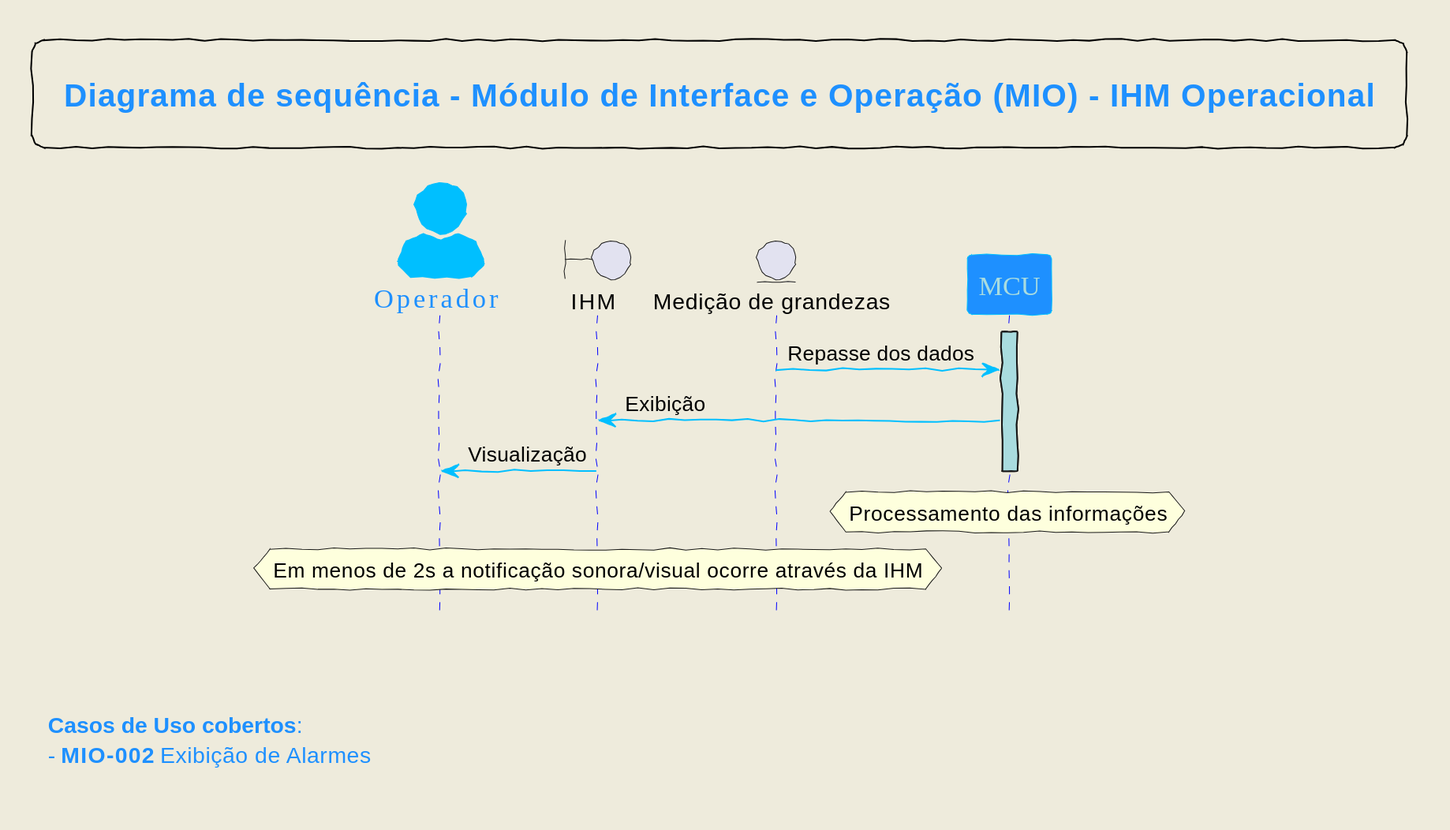
Embrapac/diagramas keeps this PlantUML diagram as diagramas_svg/DS-IHM-002.svg. Above is the earlier version.
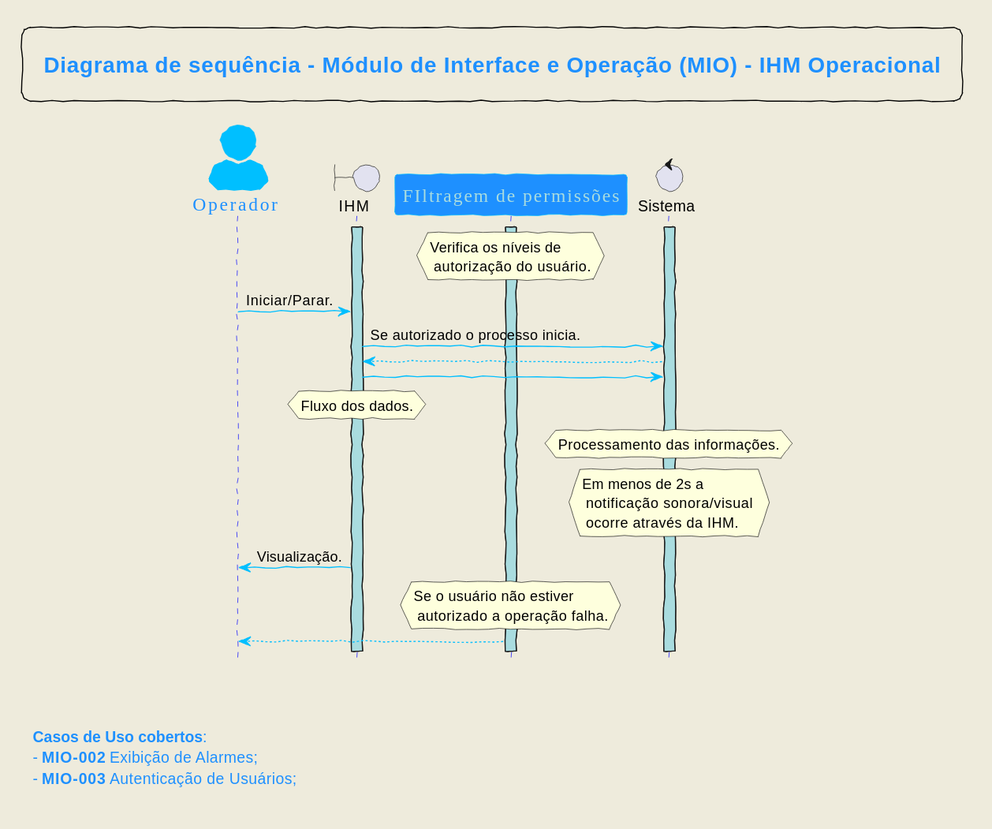
After the commit.

What changed in the source:
```diff
@@ -1,22 +1,26 @@
 @startuml
 !include DEFS.puml
 
-actor "Operador"
+actor "Operador" as OP
 boundary "IHM"
-entity "Medição de grandezas" as MG
-participant "MCU"
+participant "FIltragem de permissões" as Z
+control Sistema as ST
 
 
-activate MCU
-MG -> MCU: Repasse dos dados
-MCU -> IHM: Exibição
-IHM -> "Operador": Visualização
-deactivate MCU
-
-hnote over MCU: Processamento das informações
-
-hnote over IHM: Em menos de 2s a notificação sonora/visual ocorre através da IHM
-
+activate Z
+activate ST
+activate IHM
+hnote over Z: Verifica os níveis de \n autorização do usuário.
+OP -> IHM: Iniciar/Parar.
+IHM -> ST: Se autorizado o processo inicia.
+ST --> IHM
+IHM -> ST
+hnote over IHM: Fluxo dos dados.
+hnote over ST: Processamento das informações.
+hnote over ST: Em menos de 2s a \n notificação sonora/visual \n ocorre através da IHM.
+IHM -> "OP": Visualização.
+hnote over Z: Se o usuário não estiver \n autorizado a operação falha.
+Z --> OP
 
 
 legend top
@@ -27,6 +31,7 @@
 
 
 **Casos de Uso cobertos**:
- - **MIO-002** Exibição de Alarmes
+ - **MIO-002** Exibição de Alarmes;
+ - **MIO-003** Autenticação de Usuários;
 end footer
 @enduml
```
